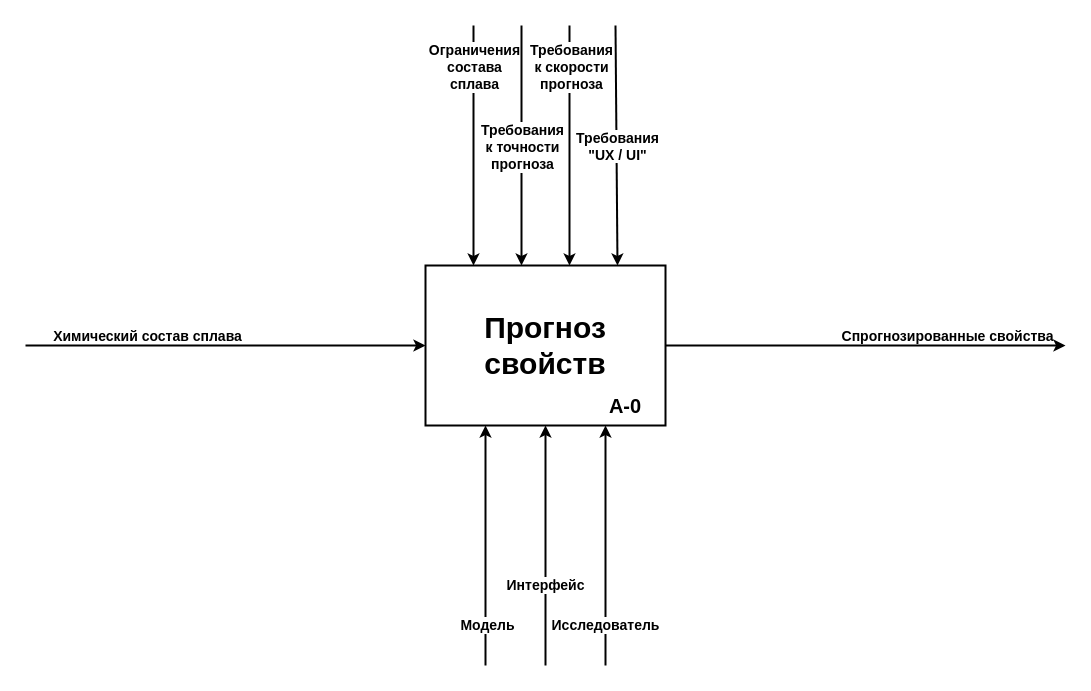
The draw.io diagram page "IDEF0 (A-0)" (1 of 4) of ВКР, отчет/ВКР, приложение/ВКР, IDEF0.drawio in Cyber-Limon/Final_qualifying_work___Diploma, before the edit. Source tidied: cells renumbered, new cells numbered last; positions are measured from the earlier drawing's top-left corner, leaving out a move shared by most shapes. Both pictures are drawn from the tidied source at 100%, with x=0, y=0 at pixel (25, 25).
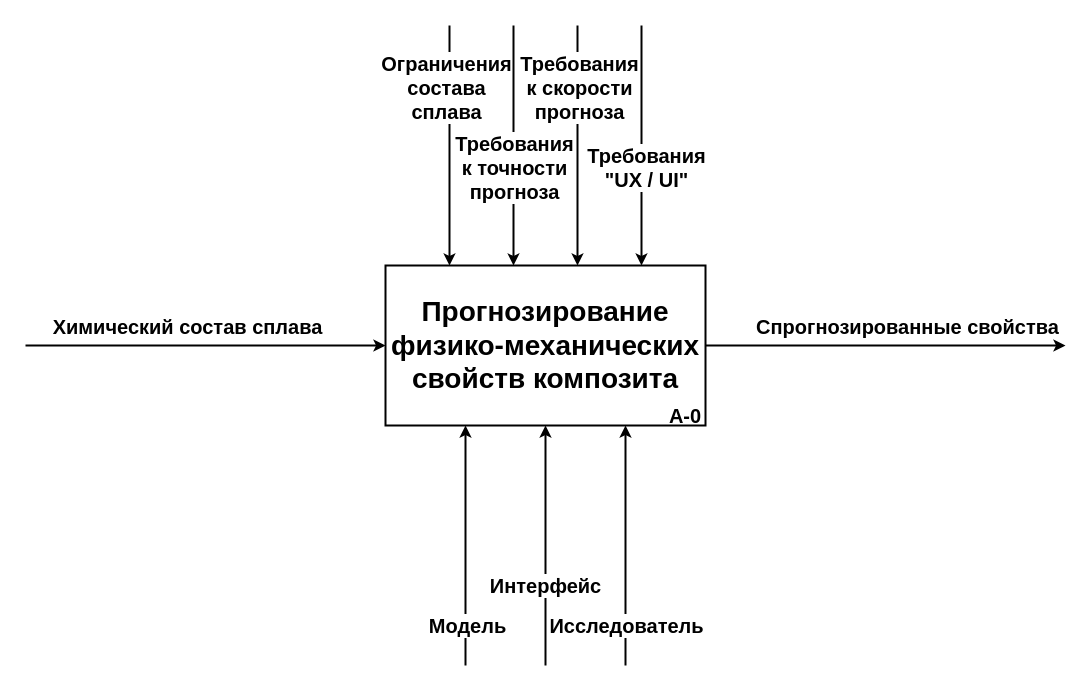
Above is the later version.

Unchanged cells that the change refers to:
```xml
<mxCell id="6" style="endArrow=classic;html=1;rounded=0;strokeWidth=2;exitX=1;exitY=0.5;exitDx=0;exitDy=0;" parent="1" edge="1" source="2">
  <mxGeometry relative="1" as="geometry">
    <mxPoint x="1040" y="320" as="targetPoint" />
  </mxGeometry>
</mxCell>
<mxCell id="14" style="endArrow=classic;html=1;rounded=0;strokeWidth=2;entryX=0.5;entryY=1;entryDx=0;entryDy=0;entryPerimeter=0;" parent="1" edge="1" target="2">
  <mxGeometry relative="1" as="geometry">
    <mxPoint x="520" y="640" as="sourcePoint" />
  </mxGeometry>
</mxCell>
```

What changed in the source:
```diff
@@
-    <mxCell id="2" value="&lt;b&gt;&lt;font style=&quot;font-size: 30px;&quot;&gt;Прогноз свойств&lt;/font&gt;&lt;/b&gt;" style="rounded=0;whiteSpace=wrap;html=1;strokeWidth=2;points=[[0,0.5,0,0,0],[0.2,0,0,0,0],[0.25,1,0,0,0],[0.4,0,0,0,0],[0.5,1,0,0,0],[0.6,0,0,0,0],[0.75,1,0,0,0],[0.8,0,0,0,0],[1,0.5,0,0,0]];" parent="1" vertex="1">
-      <mxGeometry x="400" y="240" width="240" height="160" as="geometry" />
+    <mxCell id="2" value="&lt;b&gt;&lt;font style=&quot;font-size: 28px;&quot;&gt;Прогнозирование физико-механических свойств композита&lt;/font&gt;&lt;/b&gt;" style="rounded=0;whiteSpace=wrap;html=1;strokeWidth=2;points=[[0,0.5,0,0,0],[0.2,0,0,0,0],[0.25,1,0,0,0],[0.4,0,0,0,0],[0.5,1,0,0,0],[0.6,0,0,0,0],[0.75,1,0,0,0],[0.8,0,0,0,0],[1,0.5,0,0,0]];" parent="1" vertex="1">
+      <mxGeometry x="360" y="240" width="320" height="160" as="geometry" />
     </mxCell>
     <mxCell id="3" value="&lt;b&gt;&lt;font style=&quot;font-size: 20px;&quot;&gt;A-0&lt;/font&gt;&lt;/b&gt;" style="text;html=1;whiteSpace=wrap;strokeColor=none;fillColor=none;align=center;verticalAlign=middle;rounded=0;" parent="1" vertex="1">
-      <mxGeometry x="560" y="360" width="80" height="40" as="geometry" />
+      <mxGeometry x="640" y="380" width="40" height="20" as="geometry" />
     </mxCell>
-    <mxCell id="4" style="endArrow=classic;html=1;rounded=0;strokeWidth=2;" parent="1" edge="1">
+    <mxCell id="4" style="endArrow=classic;html=1;rounded=0;strokeWidth=2;entryX=0;entryY=0.5;entryDx=0;entryDy=0;entryPerimeter=0;" parent="1" edge="1" target="2">
       <mxGeometry relative="1" as="geometry">
         <mxPoint y="320" as="sourcePoint" />
-        <mxPoint x="400" y="320" as="targetPoint" />
       </mxGeometry>
     </mxCell>
-    <mxCell id="5" value="Химический состав сплава" style="edgeLabel;html=1;align=center;verticalAlign=middle;fontSize=14;fontStyle=1;labelBackgroundColor=none;" parent="4" vertex="1">
+    <mxCell id="5" value="Химический состав сплава" style="edgeLabel;html=1;align=center;verticalAlign=middle;fontSize=20;fontStyle=1;labelBackgroundColor=none;" parent="4" vertex="1">
       <mxGeometry x="-0.21" y="1" relative="1" as="geometry">
-        <mxPoint x="-37" y="-9" as="offset" />
+        <mxPoint x="19" y="-19" as="offset" />
       </mxGeometry>
     </mxCell>
@@
-    <mxCell id="7" value="Спрогнозированные свойства" style="edgeLabel;html=1;align=center;verticalAlign=middle;fontSize=14;fontStyle=1;labelPosition=center;verticalLabelPosition=middle;labelBackgroundColor=none;" parent="6" vertex="1">
+    <mxCell id="7" value="Спрогнозированные свойства" style="edgeLabel;html=1;align=center;verticalAlign=middle;fontSize=20;fontStyle=1;labelPosition=center;verticalLabelPosition=middle;labelBackgroundColor=none;" parent="6" vertex="1">
       <mxGeometry x="-0.21" y="1" relative="1" as="geometry">
-        <mxPoint x="123" y="-9" as="offset" />
+        <mxPoint x="59" y="-19" as="offset" />
       </mxGeometry>
     </mxCell>
     <mxCell id="8" style="endArrow=classic;html=1;rounded=0;strokeWidth=2;entryX=0.25;entryY=1;entryDx=0;entryDy=0;entryPerimeter=0;" parent="1" edge="1" target="2">
       <mxGeometry relative="1" as="geometry">
-        <mxPoint x="460" y="640" as="sourcePoint" />
+        <mxPoint x="440" y="640" as="sourcePoint" />
       </mxGeometry>
     </mxCell>
-    <mxCell id="9" value="Модель" style="edgeLabel;html=1;align=center;verticalAlign=middle;fontSize=14;fontStyle=1;labelBackgroundColor=#FFFFFF;" parent="8" vertex="1">
+    <mxCell id="9" value="Модель" style="edgeLabel;html=1;align=center;verticalAlign=middle;fontSize=20;fontStyle=1;labelBackgroundColor=#FFFFFF;" parent="8" vertex="1">
       <mxGeometry x="-0.21" y="1" relative="1" as="geometry">
         <mxPoint x="2" y="54" as="offset" />
       </mxGeometry>
     </mxCell>
     <mxCell id="10" style="endArrow=classic;html=1;rounded=0;strokeWidth=2;entryX=0.2;entryY=0;entryDx=0;entryDy=0;entryPerimeter=0;" parent="1" edge="1" target="2">
       <mxGeometry relative="1" as="geometry">
-        <mxPoint x="448" as="sourcePoint" />
+        <mxPoint x="424" as="sourcePoint" />
       </mxGeometry>
     </mxCell>
-    <mxCell id="11" value="Ограничения&lt;div&gt;состава&lt;/div&gt;&lt;div&gt;сплава&lt;/div&gt;" style="edgeLabel;html=1;align=center;verticalAlign=middle;fontSize=14;fontStyle=1;labelBackgroundColor=#FFFFFF;" parent="10" vertex="1">
+    <mxCell id="11" value="Ограничения&lt;div&gt;состава&lt;/div&gt;&lt;div&gt;сплава&lt;/div&gt;" style="edgeLabel;html=1;align=center;verticalAlign=middle;fontSize=20;fontStyle=1;labelBackgroundColor=#FFFFFF;" parent="10" vertex="1">
       <mxGeometry x="-0.21" y="1" relative="1" as="geometry">
-        <mxPoint x="-1" y="-54" as="offset" />
+        <mxPoint x="-5" y="-34" as="offset" />
       </mxGeometry>
     </mxCell>
     <mxCell id="12" style="endArrow=classic;html=1;rounded=0;strokeWidth=2;entryX=0.75;entryY=1;entryDx=0;entryDy=0;entryPerimeter=0;" parent="1" edge="1" target="2">
       <mxGeometry relative="1" as="geometry">
-        <mxPoint x="580" y="640" as="sourcePoint" />
+        <mxPoint x="600" y="640" as="sourcePoint" />
       </mxGeometry>
     </mxCell>
-    <mxCell id="13" value="Исследователь" style="edgeLabel;html=1;align=center;verticalAlign=middle;fontSize=14;fontStyle=1;labelBackgroundColor=#FFFFFF;" parent="12" vertex="1">
+    <mxCell id="13" value="Исследователь" style="edgeLabel;html=1;align=center;verticalAlign=middle;fontSize=20;fontStyle=1;labelBackgroundColor=#FFFFFF;" parent="12" vertex="1">
       <mxGeometry x="-0.21" y="1" relative="1" as="geometry">
-        <mxPoint y="54" as="offset" />
+        <mxPoint x="1" y="54" as="offset" />
       </mxGeometry>
     </mxCell>
@@
-    <mxCell id="15" value="Интерфейс" style="edgeLabel;html=1;align=center;verticalAlign=middle;fontSize=14;fontStyle=1;labelBackgroundColor=#FFFFFF;" parent="14" vertex="1">
+    <mxCell id="15" value="Интерфейс" style="edgeLabel;html=1;align=center;verticalAlign=middle;fontSize=20;fontStyle=1;labelBackgroundColor=#FFFFFF;" parent="14" vertex="1">
       <mxGeometry x="-0.21" y="1" relative="1" as="geometry">
         <mxPoint y="14" as="offset" />
       </mxGeometry>
     </mxCell>
     <mxCell id="16" style="endArrow=classic;html=1;rounded=0;strokeWidth=2;entryX=0.6;entryY=0;entryDx=0;entryDy=0;entryPerimeter=0;" parent="1" edge="1" target="2">
       <mxGeometry relative="1" as="geometry">
-        <mxPoint x="544" as="sourcePoint" />
+        <mxPoint x="552" as="sourcePoint" />
       </mxGeometry>
     </mxCell>
-    <mxCell id="17" value="Требования&lt;div&gt;к скорости&lt;/div&gt;&lt;div&gt;прогноза&lt;/div&gt;" style="edgeLabel;html=1;align=center;verticalAlign=middle;fontSize=14;fontStyle=1;labelBackgroundColor=#FFFFFF;" parent="16" vertex="1">
+    <mxCell id="17" value="Требования&lt;div&gt;к скорости&lt;/div&gt;&lt;div&gt;прогноза&lt;/div&gt;" style="edgeLabel;html=1;align=center;verticalAlign=middle;fontSize=20;fontStyle=1;labelBackgroundColor=#FFFFFF;" parent="16" vertex="1">
       <mxGeometry x="-0.21" y="1" relative="1" as="geometry">
-        <mxPoint y="-54" as="offset" />
+        <mxPoint y="-34" as="offset" />
       </mxGeometry>
     </mxCell>
     <mxCell id="18" style="endArrow=classic;html=1;rounded=0;strokeWidth=2;entryX=0.4;entryY=0;entryDx=0;entryDy=0;entryPerimeter=0;" parent="1" edge="1" target="2">
       <mxGeometry relative="1" as="geometry">
-        <mxPoint x="496" as="sourcePoint" />
+        <mxPoint x="488" as="sourcePoint" />
       </mxGeometry>
     </mxCell>
-    <mxCell id="19" value="Требования&lt;div&gt;к точности&lt;/div&gt;&lt;div&gt;прогноза&lt;/div&gt;" style="edgeLabel;html=1;align=center;verticalAlign=middle;fontSize=14;fontStyle=1;labelBackgroundColor=#FFFFFF;" parent="18" vertex="1">
+    <mxCell id="19" value="Требования&lt;div&gt;к точности&lt;/div&gt;&lt;div&gt;прогноза&lt;/div&gt;" style="edgeLabel;html=1;align=center;verticalAlign=middle;fontSize=20;fontStyle=1;labelBackgroundColor=#FFFFFF;" parent="18" vertex="1">
       <mxGeometry x="-0.21" y="1" relative="1" as="geometry">
-        <mxPoint x="-1" y="26" as="offset" />
+        <mxPoint x="-1" y="46" as="offset" />
       </mxGeometry>
     </mxCell>
     <mxCell id="20" style="endArrow=classic;html=1;rounded=0;strokeWidth=2;entryX=0.8;entryY=0;entryDx=0;entryDy=0;entryPerimeter=0;" parent="1" edge="1" target="2">
       <mxGeometry relative="1" as="geometry">
-        <mxPoint x="590" as="sourcePoint" />
+        <mxPoint x="616" as="sourcePoint" />
       </mxGeometry>
     </mxCell>
-    <mxCell id="21" value="Требования&lt;div&gt;&quot;UX / UI&quot;&lt;/div&gt;" style="edgeLabel;html=1;align=center;verticalAlign=middle;fontSize=14;fontStyle=1;labelBackgroundColor=#FFFFFF;" parent="20" vertex="1">
+    <mxCell id="21" value="Требования&lt;div&gt;&quot;UX / UI&quot;&lt;/div&gt;" style="edgeLabel;html=1;align=center;verticalAlign=middle;fontSize=20;fontStyle=1;labelBackgroundColor=#FFFFFF;" parent="20" vertex="1">
       <mxGeometry x="-0.21" y="1" relative="1" as="geometry">
-        <mxPoint y="26" as="offset" />
+        <mxPoint x="3" y="46" as="offset" />
       </mxGeometry>
     </mxCell>
```
